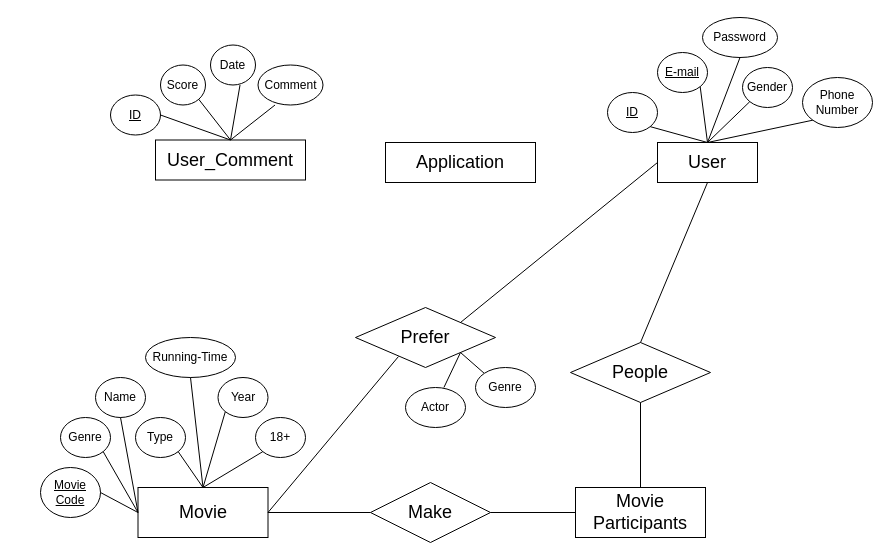
Before: Assignment1_ER_Modeling/Movie.drawio in hjpark83/DBMS, a draw.io diagram. Source tidied: cells renumbered, new cells numbered last; positions are measured from the earlier drawing's top-left corner, leaving out a move shared by most shapes. Both pictures are drawn from the tidied source at 100%, with x=0, y=0 at pixel (40, 17).
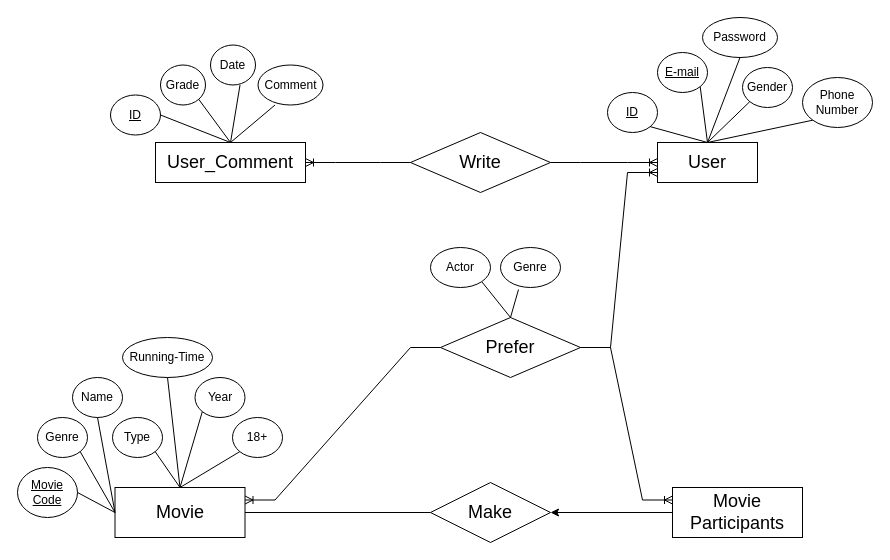
Above is the later version.

The change refers to these unchanged cells:
```xml
<mxCell id="4" value="&lt;font style=&quot;font-size: 18px;&quot;&gt;User&lt;/font&gt;" style="whiteSpace=wrap;html=1;align=center;" parent="1" vertex="1">
  <mxGeometry x="617" y="125" width="100" height="40" as="geometry" />
</mxCell>
```

What changed in the source:
```diff
@@
-    <mxCell id="2" value="&lt;font style=&quot;font-size: 18px;&quot;&gt;People&lt;/font&gt;" style="shape=rhombus;perimeter=rhombusPerimeter;whiteSpace=wrap;html=1;align=center;" parent="1" vertex="1">
-      <mxGeometry x="530" y="325" width="140" height="60" as="geometry" />
-    </mxCell>
     <mxCell id="3" value="Type" style="ellipse;whiteSpace=wrap;html=1;align=center;" parent="1" vertex="1">
-      <mxGeometry x="95" y="400" width="50" height="40" as="geometry" />
+      <mxGeometry x="72" y="400" width="50" height="40" as="geometry" />
     </mxCell>
@@
+    <mxCell id="52" style="edgeStyle=orthogonalEdgeStyle;rounded=0;jettySize=auto;html=1;exitX=0;exitY=0.5;exitDx=0;exitDy=0;entryX=1;entryY=0.5;entryDx=0;entryDy=0;" parent="1" edge="1" source="5" target="23">
+      <mxGeometry relative="1" as="geometry" />
+    </mxCell>
     <mxCell id="5" value="&lt;font style=&quot;font-size: 18px;&quot;&gt;Movie Participants&lt;/font&gt;" style="whiteSpace=wrap;html=1;align=center;" parent="1" vertex="1">
-      <mxGeometry x="535" y="470" width="130" height="50" as="geometry" />
+      <mxGeometry x="632" y="470" width="130" height="50" as="geometry" />
     </mxCell>
@@
     <mxCell id="16" value="Name" style="ellipse;whiteSpace=wrap;html=1;align=center;" parent="1" vertex="1">
-      <mxGeometry x="55" y="360" width="50" height="40" as="geometry" />
+      <mxGeometry x="32" y="360" width="50" height="40" as="geometry" />
     </mxCell>
     <mxCell id="17" value="Running-Time" style="ellipse;whiteSpace=wrap;html=1;align=center;" parent="1" vertex="1">
-      <mxGeometry x="105" y="320" width="90" height="40" as="geometry" />
+      <mxGeometry x="82" y="320" width="90" height="40" as="geometry" />
     </mxCell>
     <mxCell id="18" value="Year" style="ellipse;whiteSpace=wrap;html=1;align=center;" parent="1" vertex="1">
-      <mxGeometry x="177.5" y="360" width="50" height="40" as="geometry" />
+      <mxGeometry x="154.5" y="360" width="50" height="40" as="geometry" />
     </mxCell>
     <mxCell id="19" value="18+" style="ellipse;whiteSpace=wrap;html=1;align=center;" parent="1" vertex="1">
-      <mxGeometry x="215" y="400" width="50" height="40" as="geometry" />
+      <mxGeometry x="192" y="400" width="50" height="40" as="geometry" />
     </mxCell>
     <mxCell id="20" value="Genre" style="ellipse;whiteSpace=wrap;html=1;align=center;" parent="1" vertex="1">
-      <mxGeometry x="20" y="400" width="50" height="40" as="geometry" />
+      <mxGeometry x="-3" y="400" width="50" height="40" as="geometry" />
     </mxCell>
-    <mxCell id="21" style="endArrow=none;html=1;rounded=0;exitX=0.5;exitY=1;exitDx=0;exitDy=0;entryX=0.5;entryY=0;entryDx=0;entryDy=0;" parent="1" edge="1" source="4" target="2">
-      <mxGeometry relative="1" as="geometry" />
-    </mxCell>
-    <mxCell id="22" style="endArrow=none;html=1;rounded=0;exitX=0.5;exitY=1;exitDx=0;exitDy=0;entryX=0.5;entryY=0;entryDx=0;entryDy=0;" parent="1" edge="1" source="2" target="5">
-      <mxGeometry relative="1" as="geometry" />
-    </mxCell>
     <mxCell id="23" value="&lt;font style=&quot;font-size: 18px;&quot;&gt;Make&lt;/font&gt;" style="shape=rhombus;perimeter=rhombusPerimeter;whiteSpace=wrap;html=1;align=center;" parent="1" vertex="1">
-      <mxGeometry x="330" y="465" width="120" height="60" as="geometry" />
+      <mxGeometry x="390" y="465" width="120" height="60" as="geometry" />
     </mxCell>
-    <mxCell id="24" style="endArrow=none;html=1;rounded=0;exitX=1;exitY=0.5;exitDx=0;exitDy=0;entryX=0;entryY=0.5;entryDx=0;entryDy=0;" parent="1" edge="1" source="23" target="5">
-      <mxGeometry relative="1" as="geometry" />
-    </mxCell>
     <mxCell id="25" value="&lt;font style=&quot;font-size: 18px;&quot;&gt;Movie&lt;/font&gt;" style="whiteSpace=wrap;html=1;align=center;" parent="1" vertex="1">
-      <mxGeometry x="97.5" y="470" width="130" height="50" as="geometry" />
+      <mxGeometry x="74.5" y="470" width="130" height="50" as="geometry" />
     </mxCell>
@@
     <mxCell id="27" value="&lt;font style=&quot;font-size: 18px;&quot;&gt;Prefer&lt;/font&gt;" style="shape=rhombus;perimeter=rhombusPerimeter;whiteSpace=wrap;html=1;align=center;" parent="1" vertex="1">
-      <mxGeometry x="315" y="290" width="140" height="60" as="geometry" />
+      <mxGeometry x="400" y="300" width="140" height="60" as="geometry" />
     </mxCell>
     <mxCell id="28" value="&lt;font style=&quot;font-size: 18px;&quot;&gt;User_Comment&lt;/font&gt;" style="whiteSpace=wrap;html=1;align=center;" parent="1" vertex="1">
-      <mxGeometry x="115" y="122.5" width="150" height="40" as="geometry" />
+      <mxGeometry x="115" y="125" width="150" height="40" as="geometry" />
     </mxCell>
-    <mxCell id="29" value="Score" style="ellipse;whiteSpace=wrap;html=1;align=center;" parent="1" vertex="1">
+    <mxCell id="29" value="Grade" style="ellipse;whiteSpace=wrap;html=1;align=center;" parent="1" vertex="1">
       <mxGeometry x="120" y="47.5" width="45" height="40" as="geometry" />
     </mxCell>
@@
     <mxCell id="31" value="&lt;u&gt;Movie&lt;br&gt;Code&lt;/u&gt;" style="ellipse;whiteSpace=wrap;html=1;align=center;" parent="1" vertex="1">
-      <mxGeometry y="450" width="60" height="50" as="geometry" />
+      <mxGeometry x="-23" y="450" width="60" height="50" as="geometry" />
     </mxCell>
@@
-    <mxCell id="41" value="&lt;font style=&quot;font-size: 18px;&quot;&gt;Application&lt;/font&gt;" style="whiteSpace=wrap;html=1;align=center;" parent="1" vertex="1">
-      <mxGeometry x="345" y="125" width="150" height="40" as="geometry" />
-    </mxCell>
-    <mxCell id="42" style="endArrow=none;html=1;rounded=0;exitX=1;exitY=0.5;exitDx=0;exitDy=0;entryX=0.307;entryY=0.817;entryDx=0;entryDy=0;entryPerimeter=0;" parent="1" edge="1" source="25" target="27">
-      <mxGeometry relative="1" as="geometry" />
-    </mxCell>
-    <mxCell id="43" style="endArrow=none;html=1;rounded=0;exitX=0;exitY=0.5;exitDx=0;exitDy=0;entryX=1;entryY=0;entryDx=0;entryDy=0;" parent="1" edge="1" source="4" target="27">
-      <mxGeometry relative="1" as="geometry" />
-    </mxCell>
-    <mxCell id="44" style="endArrow=none;html=1;rounded=0;entryX=1;entryY=1;entryDx=0;entryDy=0;exitX=0;exitY=0;exitDx=0;exitDy=0;" parent="1" edge="1" source="46" target="27">
+    <mxCell id="44" style="endArrow=none;html=1;rounded=0;entryX=0.5;entryY=0;entryDx=0;entryDy=0;exitX=0.3;exitY=1.05;exitDx=0;exitDy=0;exitPerimeter=0;" parent="1" edge="1" source="46" target="27">
       <mxGeometry relative="1" as="geometry" />
     </mxCell>
-    <mxCell id="45" style="endArrow=none;html=1;rounded=0;entryX=1;entryY=1;entryDx=0;entryDy=0;exitX=0.64;exitY=0;exitDx=0;exitDy=0;exitPerimeter=0;" parent="1" edge="1" source="47" target="27">
+    <mxCell id="45" style="endArrow=none;html=1;rounded=0;entryX=0.5;entryY=0;entryDx=0;entryDy=0;exitX=1;exitY=1;exitDx=0;exitDy=0;" parent="1" edge="1" source="47" target="27">
       <mxGeometry relative="1" as="geometry" />
     </mxCell>
     <mxCell id="46" value="Genre" style="ellipse;whiteSpace=wrap;html=1;align=center;" parent="1" vertex="1">
-      <mxGeometry x="435" y="350" width="60" height="40" as="geometry" />
+      <mxGeometry x="460" y="230" width="60" height="40" as="geometry" />
     </mxCell>
     <mxCell id="47" value="Actor" style="ellipse;whiteSpace=wrap;html=1;align=center;" parent="1" vertex="1">
-      <mxGeometry x="365" y="370" width="60" height="40" as="geometry" />
+      <mxGeometry x="390" y="230" width="60" height="40" as="geometry" />
     </mxCell>
@@
+    <mxCell id="53" value="&lt;font style=&quot;font-size: 18px;&quot;&gt;Write&lt;/font&gt;" style="shape=rhombus;perimeter=rhombusPerimeter;whiteSpace=wrap;html=1;align=center;" parent="1" vertex="1">
+      <mxGeometry x="370" y="115" width="140" height="60" as="geometry" />
+    </mxCell>
+    <mxCell id="54" style="edgeStyle=entityRelationEdgeStyle;fontSize=12;html=1;endArrow=ERoneToMany;rounded=0;entryX=0;entryY=0.5;entryDx=0;entryDy=0;exitX=1;exitY=0.5;exitDx=0;exitDy=0;" parent="1" edge="1" source="53" target="4">
+      <mxGeometry relative="1" as="geometry">
+        <Array as="points">
+          <mxPoint x="410" y="260" />
+        </Array>
+      </mxGeometry>
+    </mxCell>
+    <mxCell id="55" style="edgeStyle=entityRelationEdgeStyle;fontSize=12;html=1;endArrow=ERoneToMany;rounded=0;entryX=1;entryY=0.5;entryDx=0;entryDy=0;exitX=0;exitY=0.5;exitDx=0;exitDy=0;" parent="1" edge="1" source="53" target="28">
+      <mxGeometry relative="1" as="geometry">
+        <Array as="points">
+          <mxPoint x="420" y="270" />
+        </Array>
+      </mxGeometry>
+    </mxCell>
+    <mxCell id="56" style="edgeStyle=entityRelationEdgeStyle;fontSize=12;html=1;endArrow=ERoneToMany;rounded=0;entryX=0;entryY=0.75;entryDx=0;entryDy=0;" parent="1" edge="1" source="27" target="4">
+      <mxGeometry relative="1" as="geometry">
+        <Array as="points">
+          <mxPoint x="430" y="280" />
+        </Array>
+      </mxGeometry>
+    </mxCell>
+    <mxCell id="57" style="edgeStyle=entityRelationEdgeStyle;fontSize=12;html=1;endArrow=ERoneToMany;rounded=0;entryX=1;entryY=0.25;entryDx=0;entryDy=0;exitX=0;exitY=0.5;exitDx=0;exitDy=0;" parent="1" edge="1" source="27" target="25">
+      <mxGeometry relative="1" as="geometry">
+        <Array as="points">
+          <mxPoint x="440" y="290" />
+        </Array>
+      </mxGeometry>
+    </mxCell>
+    <mxCell id="58" style="edgeStyle=entityRelationEdgeStyle;fontSize=12;html=1;endArrow=ERoneToMany;rounded=0;entryX=0;entryY=0.25;entryDx=0;entryDy=0;" parent="1" edge="1" target="5">
+      <mxGeometry relative="1" as="geometry">
+        <mxPoint x="540" y="330" as="sourcePoint" />
+        <Array as="points">
+          <mxPoint x="440" y="290" />
+        </Array>
+      </mxGeometry>
+    </mxCell>
```
